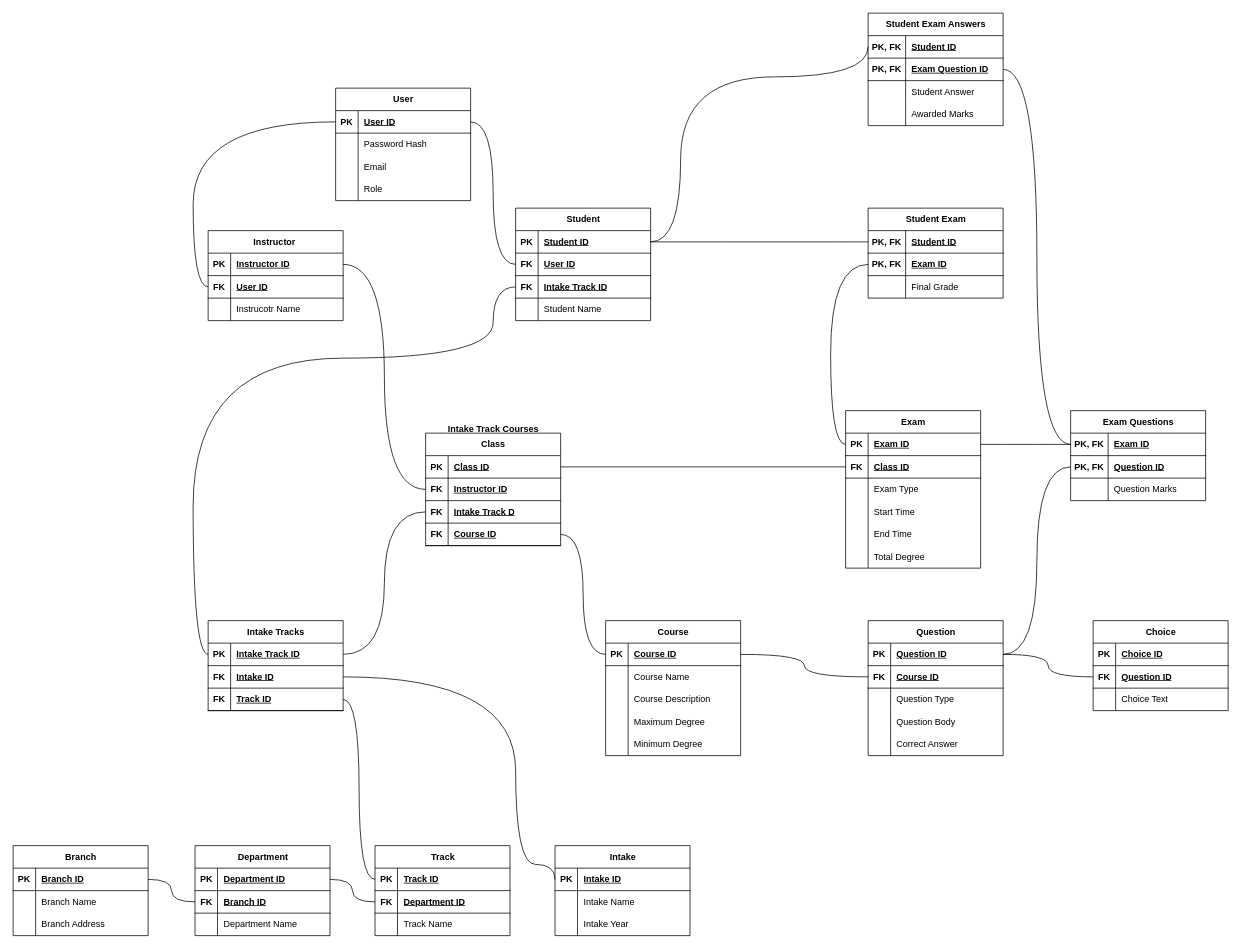
Earlier version of the draw.io diagram Mappings/Mapping.drawio (call911kid/ITI-LMS). Source tidied: cells renumbered, new cells numbered last; positions are measured from the earlier drawing's top-left corner, leaving out a move shared by most shapes. Both pictures are drawn from the tidied source at 75%, with x=0, y=0 at pixel (13, 13).
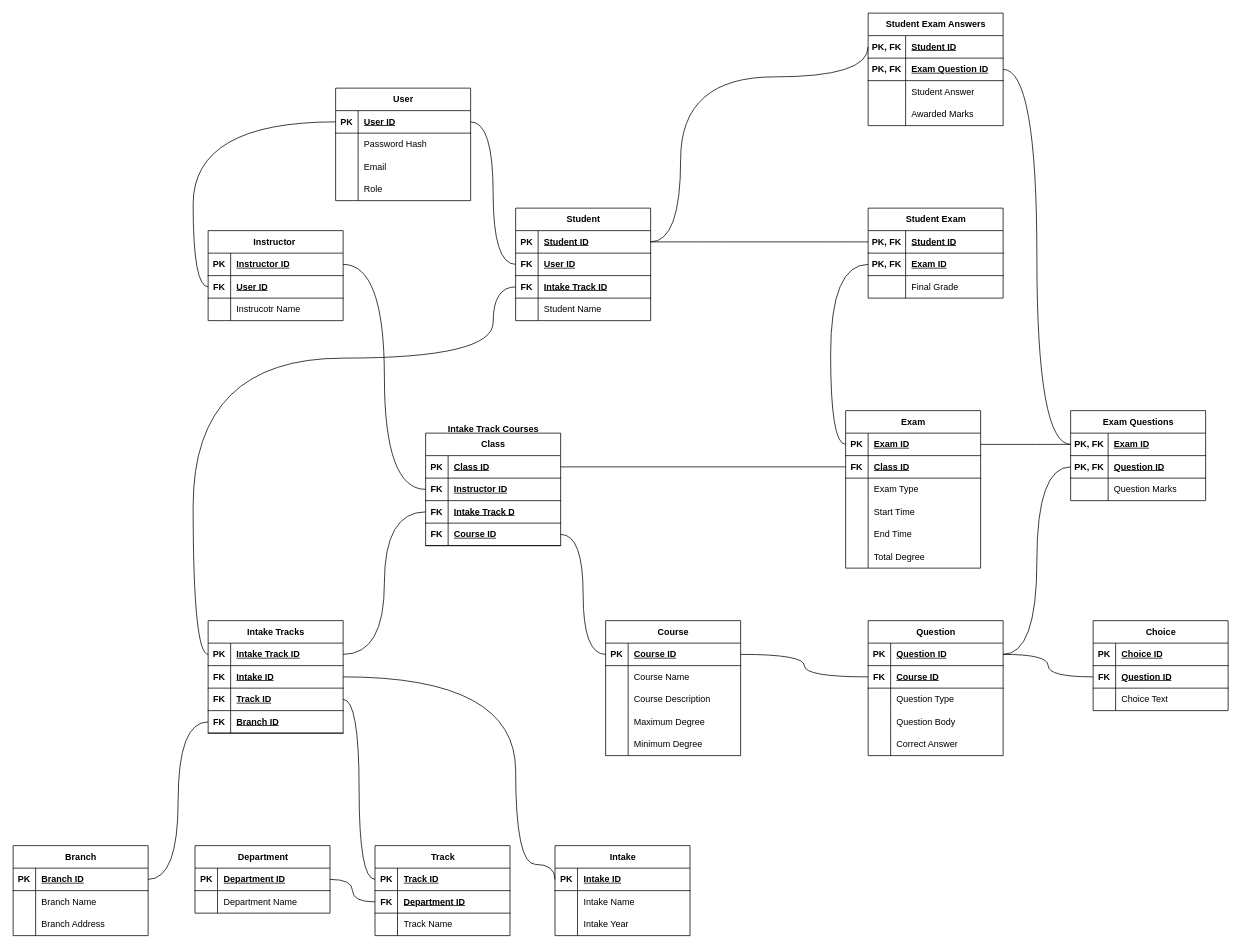
Above is the later version.

Commit message (it also covers changes not shown here):
seeding Courses table

Unchanged cells that the change refers to:
```xml
<mxCell id="3" style="shape=tableRow;horizontal=0;startSize=0;swimlaneHead=0;swimlaneBody=0;fillColor=none;points=[[0,0.5],[1,0.5]];portConstraint=eastwest;top=0;left=0;right=0;bottom=1;fontFamily=Helvetica;fontSize=12;fontColor=default;labelBackgroundColor=default;" parent="2" vertex="1">
  <mxGeometry y="30" width="180" height="30" as="geometry" />
</mxCell>
```

Change to the diagram source:
```diff
@@
     <mxCell id="12" value="Department" style="shape=table;startSize=30;childLayout=tableLayout;rowLines=0;fontStyle=1;align=center;html=1;fontFamily=Helvetica;fontSize=12;fontColor=default;labelBackgroundColor=default;" parent="1" vertex="1">
-      <mxGeometry x="242.5" y="1110" width="180" height="120" as="geometry" />
+      <mxGeometry x="242.5" y="1110" width="180" height="90" as="geometry" />
     </mxCell>
@@
-    <mxCell id="16" style="shape=tableRow;horizontal=0;startSize=0;swimlaneHead=0;swimlaneBody=0;fillColor=none;points=[[0,0.5],[1,0.5]];portConstraint=eastwest;top=0;left=0;right=0;bottom=1;fontFamily=Helvetica;fontSize=12;fontColor=default;labelBackgroundColor=default;" parent="12" vertex="1">
-      <mxGeometry y="60" width="180" height="30" as="geometry" />
-    </mxCell>
-    <mxCell id="17" value="FK" style="shape=partialRectangle;fillColor=none;top=0;left=0;bottom=0;right=0;fontStyle=1;overflow=hidden;whiteSpace=wrap;html=1;fontFamily=Helvetica;fontSize=12;fontColor=default;labelBackgroundColor=default;" parent="16" vertex="1">
-      <mxGeometry width="30" height="30" as="geometry" />
-    </mxCell>
-    <mxCell id="18" value="&lt;div style=&quot;text-align: center;&quot;&gt;&lt;span style=&quot;background-color: light-dark(#ffffff, var(--ge-dark-color, #121212)); color: light-dark(rgb(0, 0, 0), rgb(255, 255, 255));&quot;&gt;&lt;span style=&quot;text-wrap-mode: nowrap;&quot;&gt;Branch&amp;nbsp;&lt;/span&gt;ID&lt;/span&gt;&lt;/div&gt;" style="shape=partialRectangle;fillColor=none;top=0;left=0;bottom=0;right=0;align=left;spacingLeft=6;fontStyle=5;overflow=hidden;whiteSpace=wrap;html=1;fontFamily=Helvetica;fontSize=12;fontColor=default;labelBackgroundColor=default;" parent="16" vertex="1">
-      <mxGeometry x="30" width="150" height="30" as="geometry" />
-    </mxCell>
     <mxCell id="19" style="shape=tableRow;horizontal=0;startSize=0;swimlaneHead=0;swimlaneBody=0;fillColor=none;top=0;left=0;right=0;bottom=0;fontFamily=Helvetica;fontSize=12;fontColor=default;labelBackgroundColor=default;" parent="12" vertex="1">
-      <mxGeometry y="90" width="180" height="30" as="geometry" />
+      <mxGeometry y="60" width="180" height="30" as="geometry" />
     </mxCell>
@@
-    <mxCell id="22" style="edgeStyle=orthogonalEdgeStyle;shape=connector;curved=1;rounded=0;jettySize=auto;html=1;strokeColor=default;align=center;verticalAlign=middle;fontFamily=Helvetica;fontSize=12;fontColor=default;labelBackgroundColor=default;endArrow=none;endFill=0;" parent="1" edge="1" source="3" target="16">
-      <mxGeometry relative="1" as="geometry" />
-    </mxCell>
@@
     <mxCell id="44" value="Intake Tracks" style="shape=table;startSize=30;childLayout=tableLayout;rowLines=0;fontStyle=1;align=center;html=1;fontFamily=Helvetica;fontSize=12;fontColor=default;labelBackgroundColor=default;" parent="1" vertex="1">
-      <mxGeometry x="260" y="810" width="180" height="120" as="geometry" />
+      <mxGeometry x="260" y="810" width="180" height="150" as="geometry" />
     </mxCell>
@@
+    <mxCell id="215" style="shape=tableRow;horizontal=0;startSize=0;swimlaneHead=0;swimlaneBody=0;fillColor=none;points=[[0,0.5],[1,0.5]];portConstraint=eastwest;top=0;left=0;right=0;bottom=1;fontFamily=Helvetica;fontSize=12;fontColor=default;labelBackgroundColor=default;" parent="44" vertex="1">
+      <mxGeometry y="120" width="180" height="30" as="geometry" />
+    </mxCell>
+    <mxCell id="17" value="FK" style="shape=partialRectangle;fillColor=none;top=0;left=0;bottom=0;right=0;fontStyle=1;overflow=hidden;whiteSpace=wrap;html=1;fontFamily=Helvetica;fontSize=12;fontColor=default;labelBackgroundColor=default;" parent="215" vertex="1">
+      <mxGeometry width="30" height="30" as="geometry" />
+    </mxCell>
+    <mxCell id="18" value="Branch ID" style="shape=partialRectangle;fillColor=none;top=0;left=0;bottom=0;right=0;align=left;spacingLeft=6;fontStyle=5;overflow=hidden;whiteSpace=wrap;html=1;fontFamily=Helvetica;fontSize=12;fontColor=default;labelBackgroundColor=default;" parent="215" vertex="1">
+      <mxGeometry x="30" width="150" height="30" as="geometry" />
+    </mxCell>
@@
+    <mxCell id="216" style="edgeStyle=orthogonalEdgeStyle;shape=connector;curved=1;rounded=0;jettySize=auto;html=1;entryX=1;entryY=0.5;entryDx=0;entryDy=0;strokeColor=default;align=center;verticalAlign=middle;fontFamily=Helvetica;fontSize=12;fontColor=default;labelBackgroundColor=default;endArrow=none;endFill=0;" parent="1" edge="1" source="215" target="3">
+      <mxGeometry relative="1" as="geometry" />
+    </mxCell>
```
